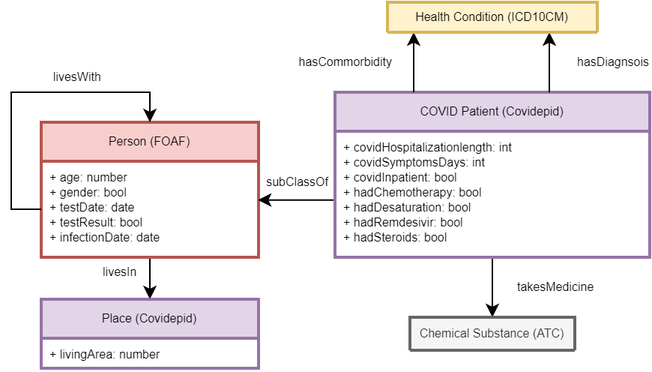
Above: img/ontology_graph.png in kubajal/covidepid (draw.io), before the change. Source tidied: cells renumbered, new cells last; positions are measured from the earlier drawing's top-left corner, leaving out a move shared by most shapes. The source it was exported from:
```xml
<mxGraphModel>
  <root>
    <mxCell id="0" />
    <mxCell id="1" parent="0" />
    <mxCell id="2" value="livesIn" style="edgeStyle=orthogonalEdgeStyle;rounded=0;jettySize=auto;html=0;entryX=0.5;entryY=0;entryDx=0;entryDy=0;fontSize=8;startArrow=none;startFill=0;endArrow=classic;endFill=1;strokeColor=#000000;align=left;" parent="1" edge="1" source="3" target="10">
      <mxGeometry x="0.31" y="-33" relative="1" as="geometry" />
    </mxCell>
    <mxCell id="3" value="Person (FOAF)" style="swimlane;fontStyle=0;horizontal=1;startSize=26;fillColor=#f8cecc;fontSize=8;strokeWidth=2;html=0;strokeColor=#b85450;" parent="1" vertex="1">
      <mxGeometry x="20" y="80" width="145" height="90" as="geometry" />
    </mxCell>
    <mxCell id="4" value="livesWith" style="edgeStyle=orthogonalEdgeStyle;rounded=0;jettySize=auto;html=0;entryX=0.5;entryY=0;entryDx=0;entryDy=0;fontSize=8;startArrow=none;startFill=0;endArrow=classic;endFill=1;strokeColor=#000000;" parent="3" edge="1" source="5" target="3">
      <mxGeometry x="0.35" y="10" relative="1" as="geometry">
        <Array as="points">
          <mxPoint x="-20" y="58" />
          <mxPoint x="-20" y="-20" />
          <mxPoint x="73" y="-20" />
        </Array>
      </mxGeometry>
    </mxCell>
    <mxCell id="5" value="+ age: number&#10;+ gender: bool&#10;+ testDate: date&#10;+ testResult: bool&#10;+ infectionDate: date" style="text;strokeColor=none;fillColor=none;align=left;verticalAlign=top;spacingLeft=4;spacingRight=4;overflow=hidden;points=[[0,0.5],[1,0.5]];portConstraint=eastwest;fontSize=8;html=0;" parent="3" vertex="1">
      <mxGeometry y="26" width="145" height="64" as="geometry" />
    </mxCell>
    <mxCell id="6" value="takesMedicine" style="edgeStyle=orthogonalEdgeStyle;rounded=0;jettySize=auto;html=0;entryX=0.5;entryY=0;entryDx=0;entryDy=0;fontSize=8;startArrow=none;startFill=0;endArrow=classic;endFill=1;strokeColor=#000000;align=left;" parent="1" edge="1" source="8" target="16">
      <mxGeometry y="15" relative="1" as="geometry" />
    </mxCell>
    <mxCell id="7" value="subClassOf" style="edgeStyle=orthogonalEdgeStyle;rounded=0;jettySize=auto;html=0;fontSize=8;startArrow=none;startFill=0;endArrow=classic;endFill=1;strokeColor=#000000;entryX=0.997;entryY=0.404;entryDx=0;entryDy=0;entryPerimeter=0;" parent="1" edge="1" target="5">
      <mxGeometry x="0.07" y="-12" relative="1" as="geometry">
        <mxPoint x="216" y="138" as="sourcePoint" />
        <Array as="points">
          <mxPoint x="216" y="132" />
        </Array>
      </mxGeometry>
    </mxCell>
    <mxCell id="8" value="COVID Patient (Covidepid)" style="swimlane;fontStyle=0;horizontal=1;startSize=26;fillColor=#e1d5e7;fontSize=8;strokeWidth=2;html=0;strokeColor=#9673a6;glass=0;swimlaneLine=1;" parent="1" vertex="1">
      <mxGeometry x="216" y="60" width="210" height="110" as="geometry" />
    </mxCell>
    <mxCell id="9" value="+ covidHospitalizationlength: int&#10;+ covidSymptomsDays: int&#10;+ covidInpatient: bool&#10;+ hadChemotherapy: bool&#10;+ hadDesaturation: bool&#10;+ hadRemdesivir: bool&#10;+ hadSteroids: bool" style="text;strokeColor=none;fillColor=none;align=left;verticalAlign=top;spacingLeft=4;spacingRight=4;overflow=hidden;points=[[0,0.5],[1,0.5]];portConstraint=eastwest;fontSize=8;" parent="8" vertex="1">
      <mxGeometry y="26" width="210" height="84" as="geometry" />
    </mxCell>
    <mxCell id="10" value="Place (Covidepid)" style="swimlane;fontStyle=0;horizontal=1;startSize=26;fillColor=#e1d5e7;fontSize=8;strokeWidth=2;html=0;strokeColor=#9673a6;" parent="1" vertex="1">
      <mxGeometry x="20" y="198" width="145" height="46" as="geometry" />
    </mxCell>
    <mxCell id="11" value="+ livingArea: number" style="text;strokeColor=none;fillColor=none;align=left;verticalAlign=top;spacingLeft=4;spacingRight=4;overflow=hidden;fontSize=8;html=0;" parent="10" vertex="1">
      <mxGeometry y="26" width="145" height="20" as="geometry" />
    </mxCell>
    <mxCell id="12" value="hasCommorbidity" style="edgeStyle=orthogonalEdgeStyle;rounded=0;jettySize=auto;html=0;entryX=0.25;entryY=0;entryDx=0;entryDy=0;fontSize=8;startArrow=classic;startFill=1;endArrow=none;endFill=0;strokeColor=#000000;align=right;" parent="1" edge="1" source="14" target="8">
      <mxGeometry y="-12" relative="1" as="geometry">
        <Array as="points">
          <mxPoint x="256" y="10" />
          <mxPoint x="256" y="10" />
        </Array>
      </mxGeometry>
    </mxCell>
    <mxCell id="13" value="hasDiagnsois" style="edgeStyle=orthogonalEdgeStyle;rounded=0;jettySize=auto;html=0;fontSize=8;startArrow=classic;startFill=1;endArrow=none;endFill=0;strokeColor=#000000;align=left;" parent="1" edge="1" source="14">
      <mxGeometry y="17" relative="1" as="geometry">
        <mxPoint x="359" y="60" as="targetPoint" />
        <Array as="points">
          <mxPoint x="359" y="60" />
        </Array>
      </mxGeometry>
    </mxCell>
    <mxCell id="14" value="Health Condition (ICD10CM)" style="swimlane;fontStyle=0;horizontal=1;startSize=23;fillColor=#fff2cc;fontSize=8;strokeWidth=2;html=0;strokeColor=#d6b656;" parent="1" vertex="1">
      <mxGeometry x="251" width="140" height="20" as="geometry" />
    </mxCell>
    <mxCell id="15" style="edgeStyle=orthogonalEdgeStyle;rounded=0;jettySize=auto;html=1;exitX=0.5;exitY=0;exitDx=0;exitDy=0;fontColor=#FFFF33;startArrow=classic;startFill=1;endArrow=classic;endFill=1;" parent="1" edge="1" source="16">
      <mxGeometry relative="1" as="geometry">
        <mxPoint x="321.2" y="210" as="targetPoint" />
      </mxGeometry>
    </mxCell>
    <mxCell id="16" value="Chemical Substance (ATC)" style="swimlane;fontStyle=0;horizontal=1;startSize=23;fillColor=#f5f5f5;fontSize=8;strokeWidth=2;html=0;strokeColor=#666666;fontColor=#333333;" parent="1" vertex="1">
      <mxGeometry x="266" y="210" width="110" height="22" as="geometry" />
    </mxCell>
  </root>
</mxGraphModel>
```
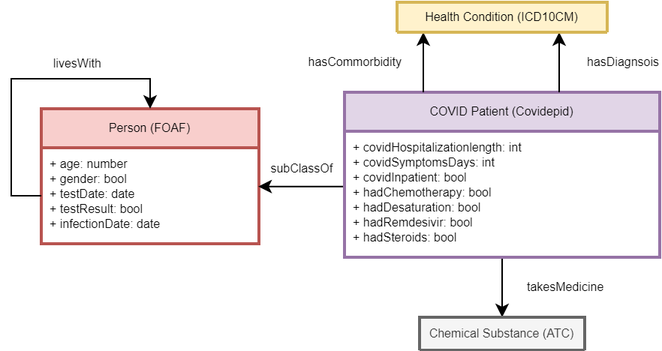
The same diagram one commit later.

Diff of the diagram source:
```diff
@@ -2,11 +2,8 @@
   <root>
     <mxCell id="0" />
     <mxCell id="1" parent="0" />
-    <mxCell id="2" value="livesIn" style="edgeStyle=orthogonalEdgeStyle;rounded=0;jettySize=auto;html=0;entryX=0.5;entryY=0;entryDx=0;entryDy=0;fontSize=8;startArrow=none;startFill=0;endArrow=classic;endFill=1;strokeColor=#000000;align=left;" parent="1" edge="1" source="3" target="10">
-      <mxGeometry x="0.31" y="-33" relative="1" as="geometry" />
-    </mxCell>
     <mxCell id="3" value="Person (FOAF)" style="swimlane;fontStyle=0;horizontal=1;startSize=26;fillColor=#f8cecc;fontSize=8;strokeWidth=2;html=0;strokeColor=#b85450;" parent="1" vertex="1">
-      <mxGeometry x="20" y="80" width="145" height="90" as="geometry" />
+      <mxGeometry x="14" y="71" width="145" height="90" as="geometry" />
     </mxCell>
     <mxCell id="4" value="livesWith" style="edgeStyle=orthogonalEdgeStyle;rounded=0;jettySize=auto;html=0;entryX=0.5;entryY=0;entryDx=0;entryDy=0;fontSize=8;startArrow=none;startFill=0;endArrow=classic;endFill=1;strokeColor=#000000;" parent="3" edge="1" source="5" target="3">
       <mxGeometry x="0.35" y="10" relative="1" as="geometry">
@@ -23,11 +20,10 @@
     <mxCell id="6" value="takesMedicine" style="edgeStyle=orthogonalEdgeStyle;rounded=0;jettySize=auto;html=0;entryX=0.5;entryY=0;entryDx=0;entryDy=0;fontSize=8;startArrow=none;startFill=0;endArrow=classic;endFill=1;strokeColor=#000000;align=left;" parent="1" edge="1" source="8" target="16">
       <mxGeometry y="15" relative="1" as="geometry" />
     </mxCell>
-    <mxCell id="7" value="subClassOf" style="edgeStyle=orthogonalEdgeStyle;rounded=0;jettySize=auto;html=0;fontSize=8;startArrow=none;startFill=0;endArrow=classic;endFill=1;strokeColor=#000000;entryX=0.997;entryY=0.404;entryDx=0;entryDy=0;entryPerimeter=0;" parent="1" edge="1" target="5">
+    <mxCell id="7" value="subClassOf" style="edgeStyle=orthogonalEdgeStyle;rounded=0;jettySize=auto;html=0;fontSize=8;startArrow=none;startFill=0;endArrow=classic;endFill=1;strokeColor=#000000;entryX=0.997;entryY=0.404;entryDx=0;entryDy=0;entryPerimeter=0;exitX=0;exitY=0.5;exitDx=0;exitDy=0;" parent="1" edge="1" source="9" target="5">
       <mxGeometry x="0.07" y="-12" relative="1" as="geometry">
-        <mxPoint x="216" y="138" as="sourcePoint" />
         <Array as="points">
-          <mxPoint x="216" y="132" />
+          <mxPoint x="216" y="122" />
         </Array>
       </mxGeometry>
     </mxCell>
@@ -37,12 +33,6 @@
     <mxCell id="9" value="+ covidHospitalizationlength: int&#10;+ covidSymptomsDays: int&#10;+ covidInpatient: bool&#10;+ hadChemotherapy: bool&#10;+ hadDesaturation: bool&#10;+ hadRemdesivir: bool&#10;+ hadSteroids: bool" style="text;strokeColor=none;fillColor=none;align=left;verticalAlign=top;spacingLeft=4;spacingRight=4;overflow=hidden;points=[[0,0.5],[1,0.5]];portConstraint=eastwest;fontSize=8;" parent="8" vertex="1">
       <mxGeometry y="26" width="210" height="84" as="geometry" />
     </mxCell>
-    <mxCell id="10" value="Place (Covidepid)" style="swimlane;fontStyle=0;horizontal=1;startSize=26;fillColor=#e1d5e7;fontSize=8;strokeWidth=2;html=0;strokeColor=#9673a6;" parent="1" vertex="1">
-      <mxGeometry x="20" y="198" width="145" height="46" as="geometry" />
-    </mxCell>
-    <mxCell id="11" value="+ livingArea: number" style="text;strokeColor=none;fillColor=none;align=left;verticalAlign=top;spacingLeft=4;spacingRight=4;overflow=hidden;fontSize=8;html=0;" parent="10" vertex="1">
-      <mxGeometry y="26" width="145" height="20" as="geometry" />
-    </mxCell>
     <mxCell id="12" value="hasCommorbidity" style="edgeStyle=orthogonalEdgeStyle;rounded=0;jettySize=auto;html=0;entryX=0.25;entryY=0;entryDx=0;entryDy=0;fontSize=8;startArrow=classic;startFill=1;endArrow=none;endFill=0;strokeColor=#000000;align=right;" parent="1" edge="1" source="14" target="8">
       <mxGeometry y="-12" relative="1" as="geometry">
         <Array as="points">
```
